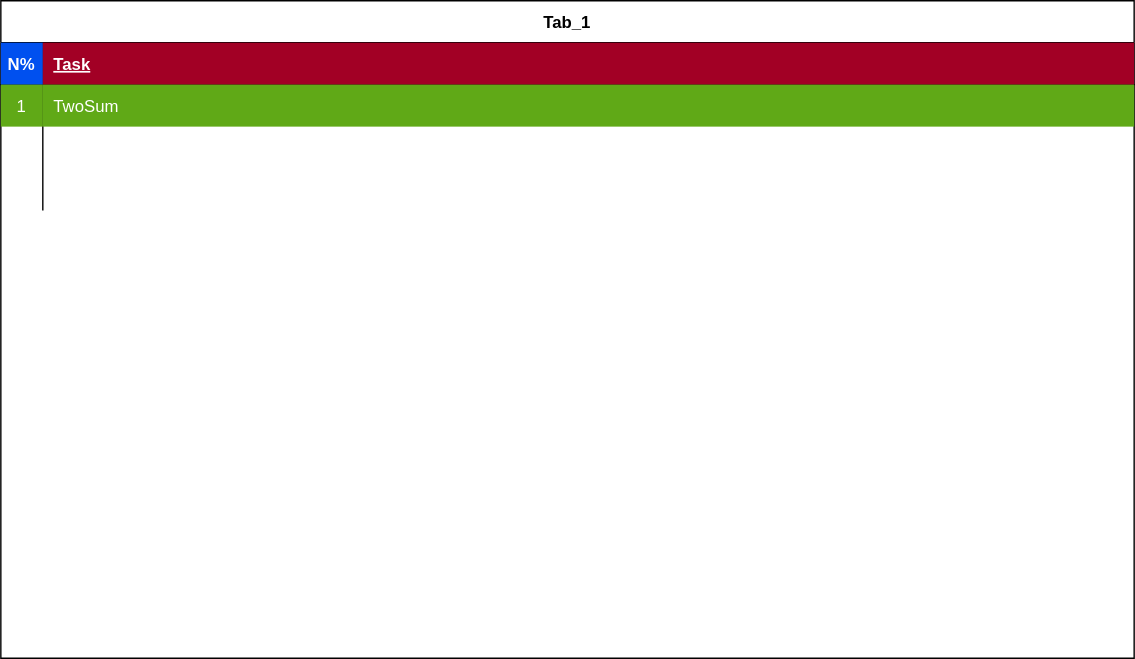
Above: .idea/Диаграмма без названия.drawio.svg in Ashwagandha-coder/leetcode_kotlin (draw.io), before the change. Source tidied: cells renumbered, new cells last; positions are measured from the earlier drawing's top-left corner, leaving out a move shared by most shapes.
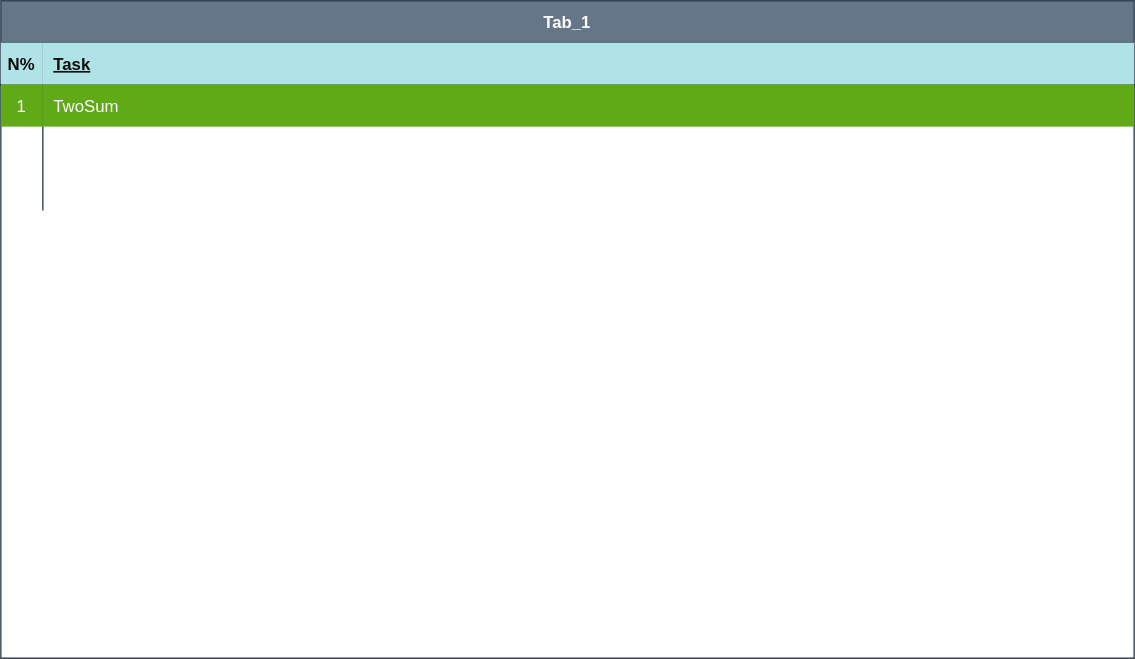
The same diagram one commit later.

Diff of the diagram source:
```diff
@@ -2,16 +2,16 @@
   <root>
     <mxCell id="0" />
     <mxCell id="1" parent="0" />
-    <mxCell id="2" value="Tab_1" style="shape=table;startSize=30;rowLines=0;fontStyle=1;align=center;" parent="1" vertex="1">
+    <mxCell id="2" value="Tab_1" style="shape=table;startSize=30;rowLines=0;fontStyle=1;align=center;fillColor=#647687;fontColor=#ffffff;strokeColor=#314354;" parent="1" vertex="1">
       <mxGeometry width="810" height="470" as="geometry" />
     </mxCell>
     <mxCell id="3" style="shape=tableRow;horizontal=0;startSize=0;swimlaneHead=0;swimlaneBody=0;fillColor=none;top=0;left=0;right=0;bottom=1;" parent="2" vertex="1">
       <mxGeometry y="30" width="810" height="30" as="geometry" />
     </mxCell>
-    <mxCell id="4" value="N%" style="shape=partialRectangle;fillColor=#0050ef;top=0;left=0;bottom=0;right=0;fontStyle=1;overflow=hidden;fontColor=#ffffff;strokeColor=#001DBC;" parent="3" vertex="1">
+    <mxCell id="4" value="N%" style="shape=partialRectangle;fillColor=#b0e3e6;top=0;left=0;bottom=0;right=0;fontStyle=1;overflow=hidden;strokeColor=#0e8088;fontColor=#0A0A0A;" parent="3" vertex="1">
       <mxGeometry width="30" height="30" as="geometry" />
     </mxCell>
-    <mxCell id="5" value="Task" style="shape=partialRectangle;fillColor=#a20025;top=0;left=0;bottom=0;right=0;align=left;spacingLeft=6;fontStyle=5;overflow=hidden;fontColor=#ffffff;strokeColor=#6F0000;" parent="3" vertex="1">
+    <mxCell id="5" value="Task" style="shape=partialRectangle;fillColor=#b0e3e6;top=0;left=0;bottom=0;right=0;align=left;spacingLeft=6;fontStyle=5;overflow=hidden;strokeColor=#0e8088;fontColor=#0D0D0D;" parent="3" vertex="1">
       <mxGeometry x="30" width="780" height="30" as="geometry" />
     </mxCell>
     <mxCell id="6" style="shape=tableRow;horizontal=0;startSize=0;swimlaneHead=0;swimlaneBody=0;fillColor=none;top=0;left=0;right=0;bottom=0;" parent="2" vertex="1">
```
